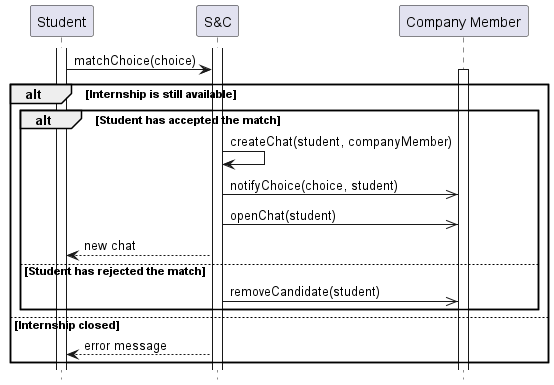
This is RASD/Specific_requirements/uml_diagrams/UC18_diagram.png from matti8702/R_and_DD_project_SE2, a PlantUML export, as it was before one commit.
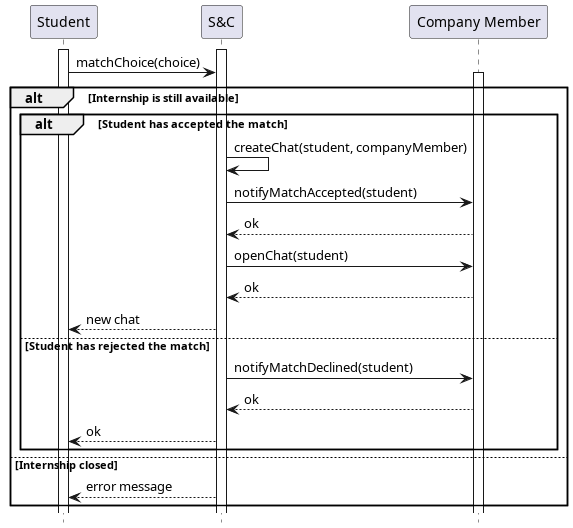
After the commit.

The edit, as a diff of the source:
```diff
@@ -12,11 +12,15 @@
     activate CM
     alt Student has accepted the match
         S -> S  : createChat(student, companyMember)
-        S ->> CM : notifyChoice(choice, student)
-        S ->> CM : openChat(student)
+        S -> CM : notifyMatchAccepted(student)
+        CM --> S : ok
+        S -> CM : openChat(student)
+        CM --> S : ok
         S --> ST : new chat
     else Student has rejected the match
-        S ->> CM : removeCandidate(student)
+        S -> CM : notifyMatchDeclined(student)
+        CM --> S : ok
+        S --> ST : ok
     end
 else Internship closed
     S --> ST: error message
```
